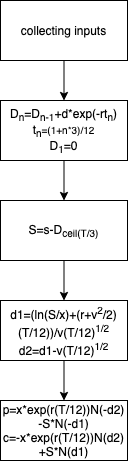
Before: images/hw4.png, a diagram exported from draw.io (twdiamdiam/Financial_Engineering). Source tidied: cells renumbered, new cells last; positions are measured from the earlier drawing's top-left corner, leaving out a move shared by most shapes. The source it was exported from:
```xml
<mxGraphModel>
  <root>
    <mxCell id="0" />
    <mxCell id="1" parent="0" />
    <mxCell id="2" style="edgeStyle=orthogonalEdgeStyle;rounded=0;jettySize=auto;html=1;" parent="1" edge="1" source="3" target="7">
      <mxGeometry relative="1" as="geometry" />
    </mxCell>
    <mxCell id="3" value="D&lt;sub&gt;n&lt;/sub&gt;=D&lt;sub&gt;n-1&lt;/sub&gt;+d*exp(-rt&lt;sub&gt;n&lt;/sub&gt;)&lt;br&gt;t&lt;sub&gt;n&lt;/sub&gt;&lt;span style=&quot;font-size: 10px&quot;&gt;=(1+n*3)/12&lt;br&gt;&lt;/span&gt;D&lt;sub&gt;1&lt;/sub&gt;=0" style="shape=process;whiteSpace=wrap;html=1;backgroundOutline=1;size=0;" parent="1" vertex="1">
      <mxGeometry y="100" width="127" height="60" as="geometry" />
    </mxCell>
    <mxCell id="4" style="edgeStyle=orthogonalEdgeStyle;rounded=0;jettySize=auto;html=1;exitX=0.5;exitY=1;exitDx=0;exitDy=0;entryX=0.5;entryY=0;entryDx=0;entryDy=0;" parent="1" edge="1" source="5" target="3">
      <mxGeometry relative="1" as="geometry" />
    </mxCell>
    <mxCell id="5" value="collecting inputs" style="rounded=0;whiteSpace=wrap;html=1;" parent="1" vertex="1">
      <mxGeometry width="127" height="60" as="geometry" />
    </mxCell>
    <mxCell id="6" style="edgeStyle=orthogonalEdgeStyle;rounded=0;jettySize=auto;html=1;exitX=0.5;exitY=1;exitDx=0;exitDy=0;entryX=0.5;entryY=0;entryDx=0;entryDy=0;" parent="1" edge="1" source="7" target="9">
      <mxGeometry relative="1" as="geometry" />
    </mxCell>
    <mxCell id="7" value="S=s-D&lt;sub&gt;ceil(T/3)&lt;/sub&gt;" style="rounded=0;whiteSpace=wrap;html=1;" parent="1" vertex="1">
      <mxGeometry y="200" width="127" height="60" as="geometry" />
    </mxCell>
    <mxCell id="8" style="edgeStyle=orthogonalEdgeStyle;rounded=0;jettySize=auto;html=1;exitX=0.5;exitY=1;exitDx=0;exitDy=0;entryX=0.5;entryY=0;entryDx=0;entryDy=0;" parent="1" edge="1" source="9" target="10">
      <mxGeometry relative="1" as="geometry" />
    </mxCell>
    <mxCell id="9" value="d1=(ln(S/x)+(r+v&lt;sup&gt;2&lt;/sup&gt;/2)(T/12))/v(T/12)&lt;sup&gt;1/2&lt;br&gt;&lt;/sup&gt;d2=d1-v(T/12)&lt;sup&gt;1/2&lt;/sup&gt;" style="rounded=0;whiteSpace=wrap;html=1;" parent="1" vertex="1">
      <mxGeometry y="300" width="127" height="60" as="geometry" />
    </mxCell>
    <mxCell id="10" value="p=x*exp(r(T/12))N(-d2)&lt;br&gt;-S*N(-d1)&lt;br&gt;c=-x*exp(r(T/12))N(d2)&lt;br&gt;+S*N(d1)" style="rounded=0;whiteSpace=wrap;html=1;" parent="1" vertex="1">
      <mxGeometry y="400" width="127" height="60" as="geometry" />
    </mxCell>
  </root>
</mxGraphModel>
```
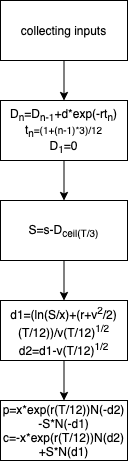
After the commit.

What changed in the source:
```diff
@@ -5,7 +5,7 @@
     <mxCell id="2" style="edgeStyle=orthogonalEdgeStyle;rounded=0;jettySize=auto;html=1;" parent="1" edge="1" source="3" target="7">
       <mxGeometry relative="1" as="geometry" />
     </mxCell>
-    <mxCell id="3" value="D&lt;sub&gt;n&lt;/sub&gt;=D&lt;sub&gt;n-1&lt;/sub&gt;+d*exp(-rt&lt;sub&gt;n&lt;/sub&gt;)&lt;br&gt;t&lt;sub&gt;n&lt;/sub&gt;&lt;span style=&quot;font-size: 10px&quot;&gt;=(1+n*3)/12&lt;br&gt;&lt;/span&gt;D&lt;sub&gt;1&lt;/sub&gt;=0" style="shape=process;whiteSpace=wrap;html=1;backgroundOutline=1;size=0;" parent="1" vertex="1">
+    <mxCell id="3" value="D&lt;sub&gt;n&lt;/sub&gt;=D&lt;sub&gt;n-1&lt;/sub&gt;+d*exp(-rt&lt;sub&gt;n&lt;/sub&gt;)&lt;br&gt;t&lt;sub&gt;n&lt;/sub&gt;&lt;span style=&quot;font-size: 10px&quot;&gt;=(1+(n-1)*3)/12&lt;br&gt;&lt;/span&gt;D&lt;sub&gt;1&lt;/sub&gt;=0" style="shape=process;whiteSpace=wrap;html=1;backgroundOutline=1;size=0;" parent="1" vertex="1">
       <mxGeometry y="100" width="127" height="60" as="geometry" />
     </mxCell>
     <mxCell id="4" style="edgeStyle=orthogonalEdgeStyle;rounded=0;jettySize=auto;html=1;exitX=0.5;exitY=1;exitDx=0;exitDy=0;entryX=0.5;entryY=0;entryDx=0;entryDy=0;" parent="1" edge="1" source="5" target="3">
```
